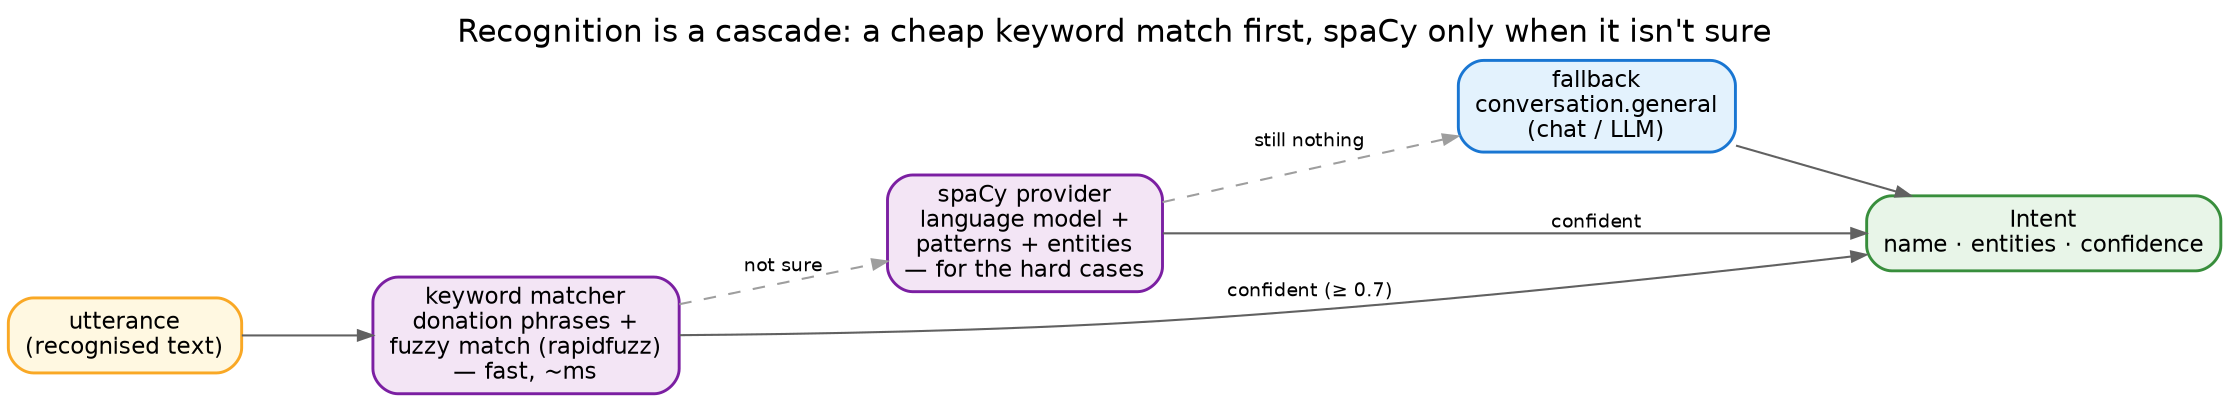
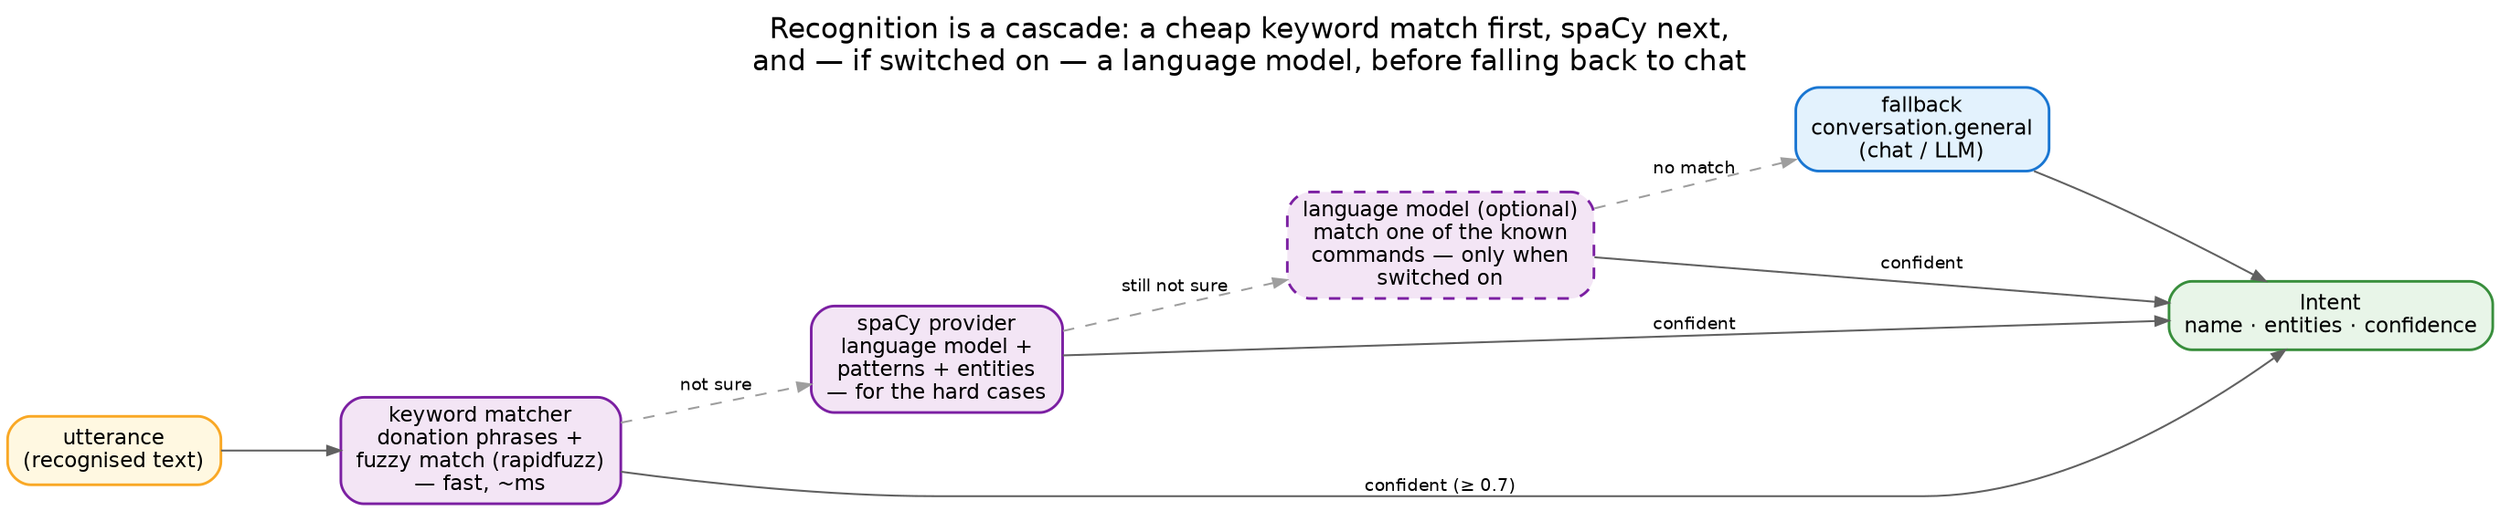
// Irene — the NLU cascade: cheap first, clever when needed. Render:
//   dot -Tpng docs/images/nlu-cascade.dot -o docs/images/nlu-cascade.png
digraph cascade {
  rankdir=LR; bgcolor="white"; splines=spline; nodesep=0.4; ranksep=0.85;
  fontname="Helvetica"; labelloc=t; fontsize=15;
-   label="Recognition is a cascade: a cheap keyword match first, spaCy only when it isn't sure";
+   label="Recognition is a cascade: a cheap keyword match first, spaCy next,\nand — if switched on — a language model, before falling back to chat";
  node [fontname="Helvetica", fontsize=11, shape=box, style="filled,rounded", penwidth=1.4];
  edge [fontname="Helvetica", fontsize=9, color="#616161", arrowsize=0.7];

  utt   [label="utterance\n(recognised text)", fillcolor="#fff8e1", color="#f9a825"];
  kw    [label="keyword matcher\ndonation phrases +\nfuzzy match (rapidfuzz)\n— fast, ~ms", fillcolor="#f3e5f5", color="#7b1fa2"];
  spacy [label="spaCy provider\nlanguage model +\npatterns + entities\n— for the hard cases", fillcolor="#f3e5f5", color="#7b1fa2"];
+   llm   [label="language model (optional)\nmatch one of the known\ncommands — only when\nswitched on", fillcolor="#f3e5f5", color="#7b1fa2", style="filled,rounded,dashed"];
  fb    [label="fallback\nconversation.general\n(chat / LLM)", fillcolor="#e3f2fd", color="#1976d2"];
  out   [label="Intent\nname · entities · confidence", fillcolor="#e8f5e8", color="#388e3c"];

  utt -> kw;
  kw    -> out [label="confident (≥ 0.7)"];
  kw    -> spacy [label="not sure", style=dashed, color="#9e9e9e"];
  spacy -> out [label="confident"];
-   spacy -> fb  [label="still nothing", style=dashed, color="#9e9e9e"];
+   spacy -> llm [label="still not sure", style=dashed, color="#9e9e9e"];
+   llm   -> out [label="confident"];
+   llm   -> fb  [label="no match", style=dashed, color="#9e9e9e"];
  fb    -> out;
}
